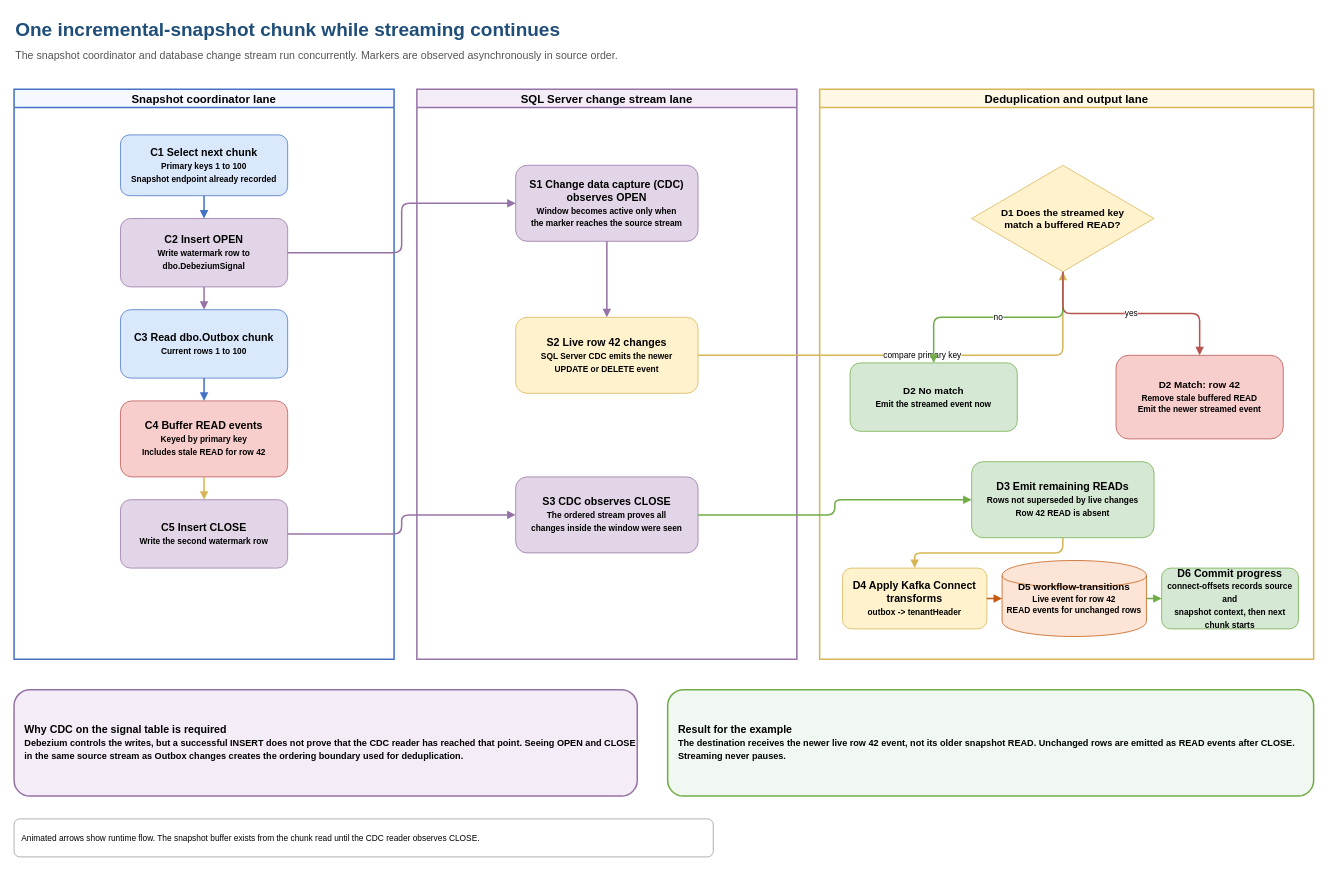
The draw.io diagram docs/diagrams/incremental-snapshot-window.drawio in collaborationwithothers/cdc-platform-azure, before the edit. Source tidied: cells renumbered, new cells numbered last; positions are measured from the earlier drawing's top-left corner, leaving out a move shared by most shapes. Both pictures are drawn from the tidied source at 76%, with x=0, y=0 at pixel (14, 13).
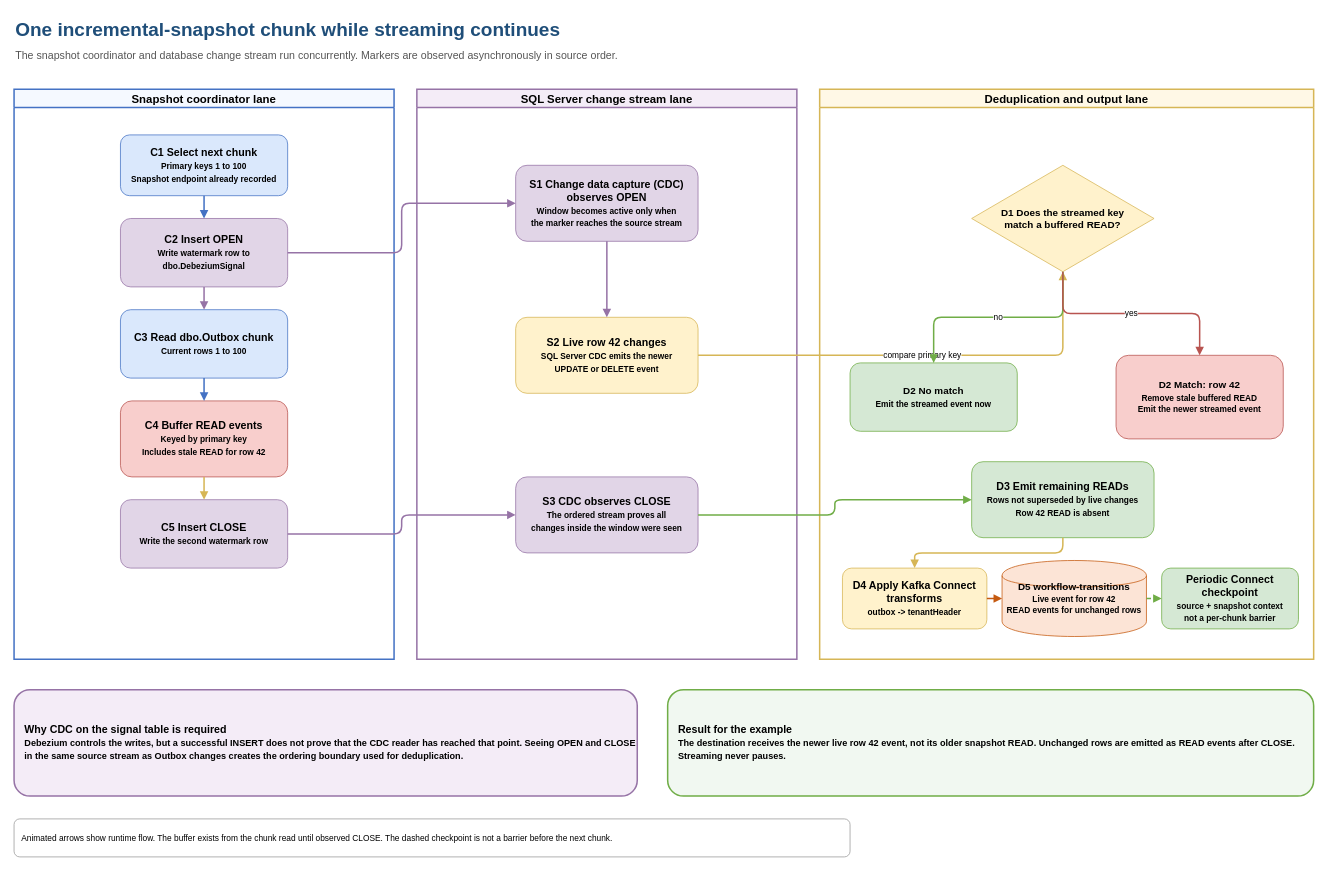
After the change.

Commit message (it also covers changes not shown here):
docs: clarify snapshot checkpoint and recovery (#68)

The change refers to these unchanged cells:
```xml
<mxCell id="6" value="Deduplication and output lane" style="swimlane;startSize=24;whiteSpace=wrap;html=1;fillColor=#fff8e6;strokeColor=#d6b656;strokeWidth=2;fontSize=15;fontStyle=1;" parent="1" vertex="1">
  <mxGeometry x="1060" y="100" width="650" height="750" as="geometry" />
</mxCell>
<mxCell id="20" value="D5  workflow-transitions&lt;br&gt;&lt;font style=&quot;font-size:11px&quot;&gt;Live event for row 42&lt;br&gt;READ events for unchanged rows&lt;/font&gt;" style="shape=cylinder;whiteSpace=wrap;html=1;fillColor=#fce4d6;strokeColor=#c55a11;fontSize=13;fontStyle=1;" parent="6" vertex="1">
  <mxGeometry x="240" y="620" width="190" height="100" as="geometry" />
</mxCell>
```

The edit, as a diff of the source:
```diff
@@
-    <mxCell id="21" value="D6  Commit progress&lt;br&gt;&lt;font style=&quot;font-size:11px&quot;&gt;connect-offsets records source and&lt;br&gt;snapshot context, then next chunk starts&lt;/font&gt;" style="rounded=1;whiteSpace=wrap;html=1;fillColor=#d5e8d4;strokeColor=#70ad47;fontSize=14;fontStyle=1;" parent="6" vertex="1">
+    <mxCell id="21" value="Periodic Connect checkpoint&lt;br&gt;&lt;font style=&quot;font-size:11px&quot;&gt;source + snapshot context&lt;br&gt;not a per-chunk barrier&lt;/font&gt;" style="rounded=1;whiteSpace=wrap;html=1;fillColor=#d5e8d4;strokeColor=#70ad47;fontSize=14;fontStyle=1;" parent="6" vertex="1">
       <mxGeometry x="450" y="630" width="180" height="80" as="geometry" />
     </mxCell>
@@
-    <mxCell id="37" style="edgeStyle=orthogonalEdgeStyle;rounded=1;jettySize=auto;html=1;strokeColor=#70ad47;strokeWidth=2;endArrow=block;" parent="1" edge="1" source="20" target="21">
+    <mxCell id="37" style="edgeStyle=orthogonalEdgeStyle;rounded=1;jettySize=auto;html=1;dashed=1;strokeColor=#70ad47;strokeWidth=2;endArrow=block;fontSize=11;" parent="1" edge="1" source="20" target="21">
       <mxGeometry relative="1" as="geometry" />
     </mxCell>
-    <mxCell id="38" value="Animated arrows show runtime flow. The snapshot buffer exists from the chunk read until the CDC reader observes CLOSE." style="rounded=1;whiteSpace=wrap;html=1;fillColor=#ffffff;strokeColor=#999999;fontSize=11;align=left;spacingLeft=8;" parent="1" vertex="1">
-      <mxGeometry y="1060" width="920" height="50" as="geometry" />
+    <mxCell id="38" value="Animated arrows show runtime flow. The buffer exists from the chunk read until observed CLOSE. The dashed checkpoint is not a barrier before the next chunk." style="rounded=1;whiteSpace=wrap;html=1;fillColor=#ffffff;strokeColor=#999999;fontSize=11;align=left;spacingLeft=8;" parent="1" vertex="1">
+      <mxGeometry y="1060" width="1100" height="50" as="geometry" />
     </mxCell>
```
